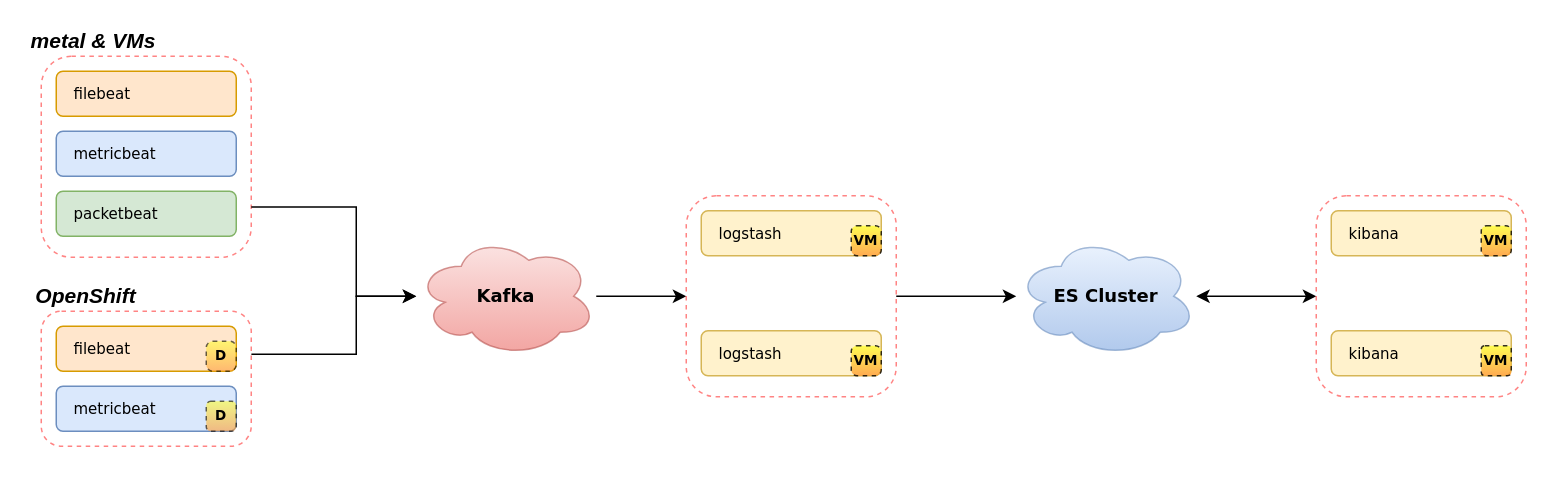
Above: architecture/belk_kafka_k8s.drawio in slmingol/diagram_assets (draw.io), before the change. Source tidied: cells renumbered, new cells numbered last; positions are measured from the earlier drawing's top-left corner, leaving out a move shared by most shapes. Both pictures are drawn from the tidied source at 150%, with x=0, y=0 at pixel (26, 26).
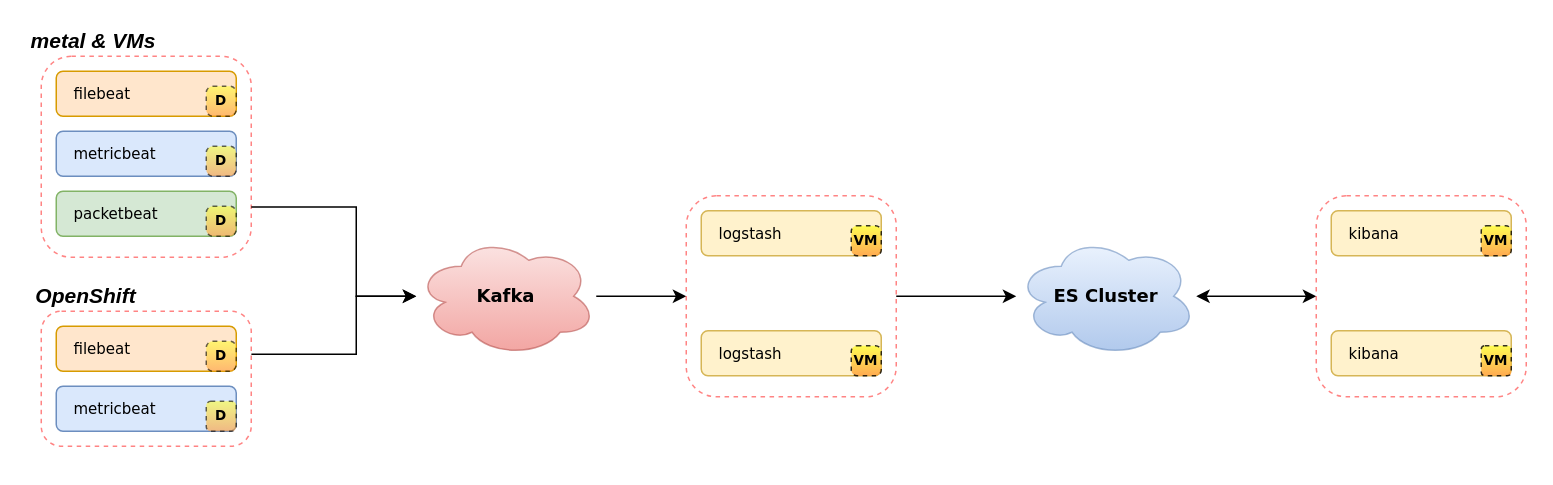
The same page after the edit.

The change refers to these unchanged cells:
```xml
<mxCell id="4" style="group;" parent="1" vertex="1">
  <mxGeometry x="10" y="20" width="140" height="134" as="geometry" />
</mxCell>
```

The edit, as a diff of the source:
```diff
@@
+    <mxCell id="37" value="D" style="rounded=1;whiteSpace=wrap;html=1;fontSize=9;fontStyle=1;gradientColor=#FF9933;fillColor=#FFFF33;fontFamily=Verdana;dashed=1;opacity=60;arcSize=22;" parent="4" vertex="1">
+      <mxGeometry x="110" y="20" width="20" height="20" as="geometry" />
+    </mxCell>
+    <mxCell id="38" value="D" style="rounded=1;whiteSpace=wrap;html=1;fontSize=9;fontStyle=1;gradientColor=#FF9933;fillColor=#FFFF33;fontFamily=Verdana;dashed=1;opacity=60;arcSize=22;" parent="4" vertex="1">
+      <mxGeometry x="110" y="60" width="20" height="20" as="geometry" />
+    </mxCell>
+    <mxCell id="39" value="D" style="rounded=1;whiteSpace=wrap;html=1;fontSize=9;fontStyle=1;gradientColor=#FF9933;fillColor=#FFFF33;fontFamily=Verdana;dashed=1;opacity=60;arcSize=22;" parent="4" vertex="1">
+      <mxGeometry x="110" y="100" width="20" height="20" as="geometry" />
+    </mxCell>
```
